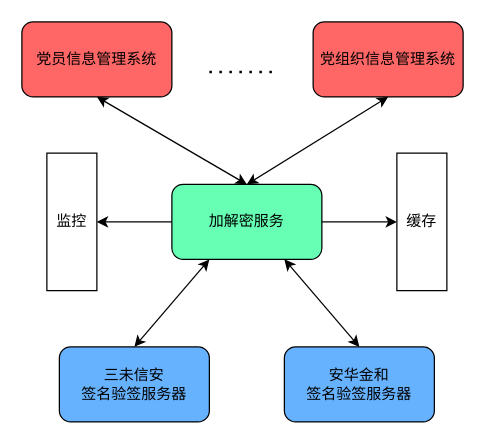
Before: Dengta/加解密服务.drawio in liuchenwei2000/diagram, a draw.io diagram. Source tidied: cells renumbered, new cells numbered last; positions are measured from the earlier drawing's top-left corner, leaving out a move shared by most shapes. Both pictures are drawn from the tidied source at 125%, with x=0, y=0 at pixel (21, 21).
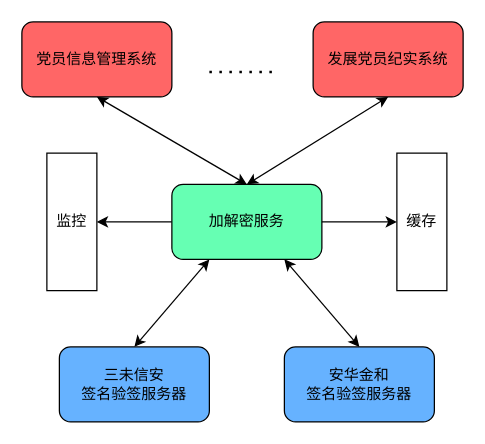
The same page after the edit.

Commit message (it also covers changes not shown here):
Update 加解密服务.drawio

What changed in the source:
```diff
@@
 <mxGraphModel>
   <root>
     <mxCell id="0" />
     <mxCell id="1" parent="0" />
     <mxCell id="2" style="edgeStyle=orthogonalEdgeStyle;rounded=0;jettySize=auto;html=1;" parent="1" edge="1" source="3" target="14">
       <mxGeometry relative="1" as="geometry" />
     </mxCell>
     <mxCell id="3" value="加解密服务" style="rounded=1;whiteSpace=wrap;html=1;fillColor=#66FFB3;" parent="1" vertex="1">
       <mxGeometry x="120" y="130" width="120" height="60" as="geometry" />
     </mxCell>
     <mxCell id="4" value="三未信安&lt;br&gt;签名验签服务器" style="rounded=1;whiteSpace=wrap;html=1;fillColor=#66B2FF;" parent="1" vertex="1">
       <mxGeometry x="30" y="260" width="120" height="60" as="geometry" />
     </mxCell>
     <mxCell id="5" value="安华金和&lt;br&gt;签名验签服务器" style="rounded=1;whiteSpace=wrap;html=1;fillColor=#66B2FF;" parent="1" vertex="1">
       <mxGeometry x="210" y="260" width="120" height="60" as="geometry" />
     </mxCell>
     <mxCell id="6" style="endArrow=classic;startArrow=classic;html=1;exitX=0.5;exitY=0;exitDx=0;exitDy=0;entryX=0.25;entryY=1;entryDx=0;entryDy=0;" parent="1" edge="1" source="4" target="3">
       <mxGeometry relative="1" as="geometry" />
     </mxCell>
     <mxCell id="7" style="endArrow=classic;startArrow=classic;html=1;entryX=0.75;entryY=1;entryDx=0;entryDy=0;exitX=0.5;exitY=0;exitDx=0;exitDy=0;" parent="1" edge="1" source="5" target="3">
       <mxGeometry relative="1" as="geometry" />
     </mxCell>
     <mxCell id="8" value="党员信息管理系统" style="rounded=1;whiteSpace=wrap;html=1;fillColor=#FF6666;" parent="1" vertex="1">
       <mxGeometry width="120" height="60" as="geometry" />
     </mxCell>
     <mxCell id="9" style="endArrow=classic;startArrow=classic;html=1;entryX=0.5;entryY=1;entryDx=0;entryDy=0;exitX=0.5;exitY=0;exitDx=0;exitDy=0;" parent="1" edge="1" source="3" target="8">
       <mxGeometry relative="1" as="geometry" />
     </mxCell>
-    <mxCell id="10" value="党组织信息管理系统" style="rounded=1;whiteSpace=wrap;html=1;fillColor=#FF6666;" parent="1" vertex="1">
+    <mxCell id="10" value="发展党员纪实系统" style="rounded=1;whiteSpace=wrap;html=1;fillColor=#FF6666;" parent="1" vertex="1">
       <mxGeometry x="233" width="120" height="60" as="geometry" />
     </mxCell>
     <mxCell id="11" style="endArrow=classic;startArrow=classic;html=1;exitX=0.5;exitY=0;exitDx=0;exitDy=0;entryX=0.5;entryY=1;entryDx=0;entryDy=0;" parent="1" edge="1" source="3" target="10">
       <mxGeometry relative="1" as="geometry" />
     </mxCell>
     <mxCell id="12" style="endArrow=none;dashed=1;html=1;dashPattern=1 3;strokeWidth=2;" parent="1" edge="1">
       <mxGeometry relative="1" as="geometry">
         <mxPoint x="150" y="40" as="sourcePoint" />
         <mxPoint x="200" y="40" as="targetPoint" />
       </mxGeometry>
     </mxCell>
     <mxCell id="13" value="缓存" style="rounded=0;whiteSpace=wrap;html=1;" parent="1" vertex="1">
       <mxGeometry x="300" y="105" width="40" height="110" as="geometry" />
     </mxCell>
     <mxCell id="14" value="监控" style="rounded=0;whiteSpace=wrap;html=1;" parent="1" vertex="1">
       <mxGeometry x="20" y="105" width="40" height="110" as="geometry" />
     </mxCell>
     <mxCell id="15" style="endArrow=classic;html=1;exitX=1;exitY=0.5;exitDx=0;exitDy=0;" parent="1" edge="1" source="3" target="13">
       <mxGeometry relative="1" as="geometry" />
     </mxCell>
   </root>
 </mxGraphModel>
```
